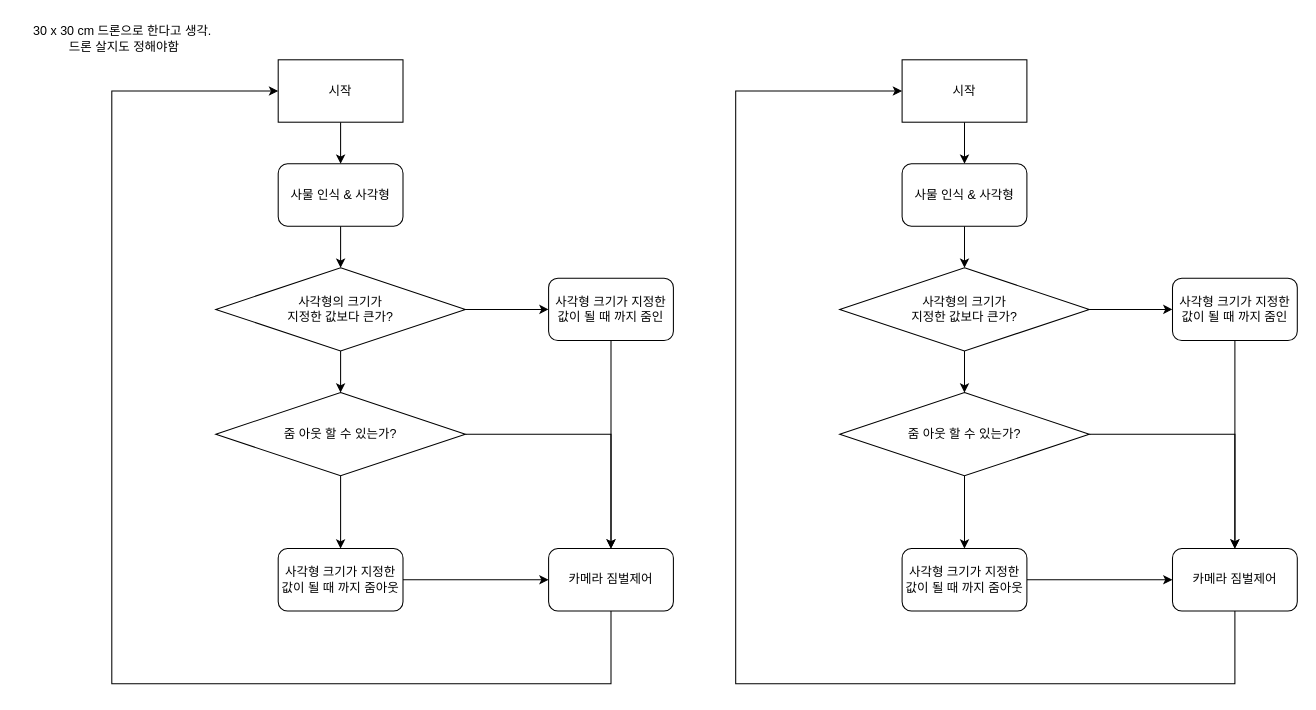
Before: 제목 없는 다이어그램.drawio in taesang0/capstone, a draw.io diagram. Source tidied: cells renumbered, new cells numbered last; positions are measured from the earlier drawing's top-left corner, leaving out a move shared by most shapes. Both pictures are drawn from the tidied source at 104%, with x=0, y=0 at pixel (18, 18).
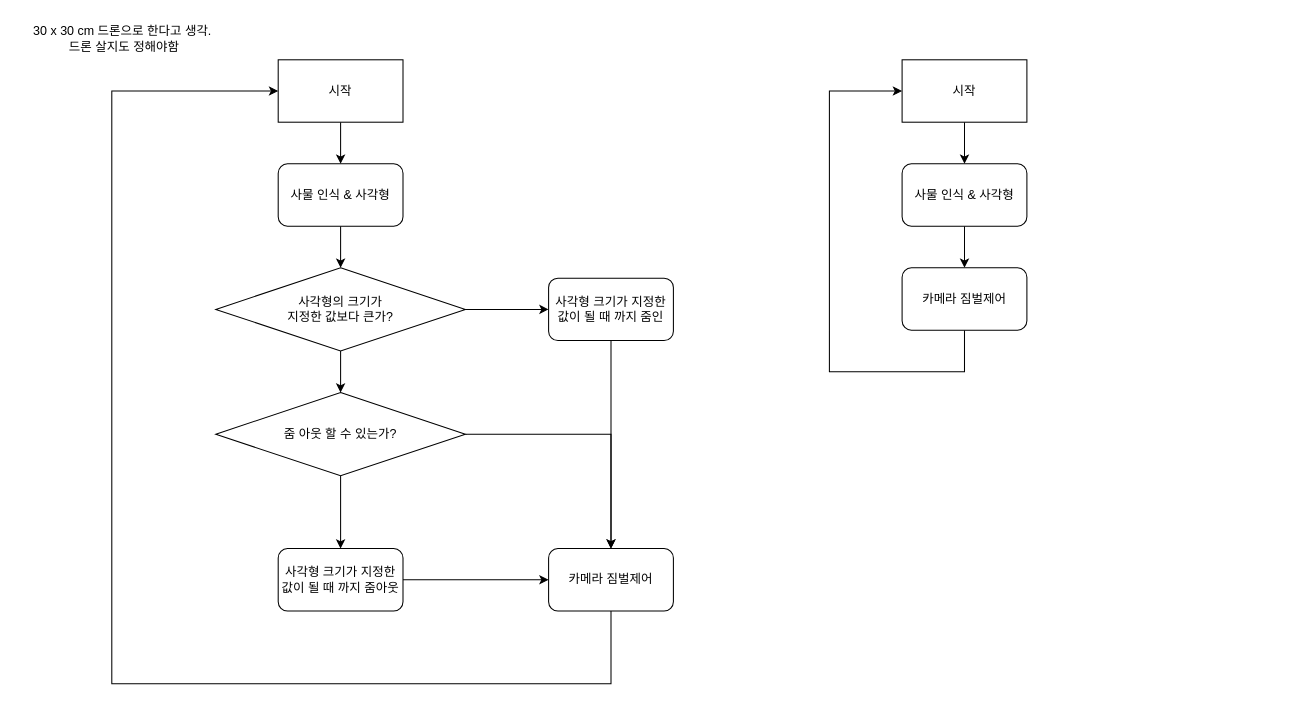
The same diagram, later.

Commit message:
제목 없는 다이어그램.drawio 업데이트

The change refers to these unchanged cells:
```xml
<mxCell id="20" value="사물 인식 &amp;amp; 사각형" style="rounded=1;whiteSpace=wrap;html=1;" parent="1" vertex="1">
  <mxGeometry x="849.9" y="140" width="120" height="60" as="geometry" />
</mxCell>
<mxCell id="34" value="시작" style="rounded=0;whiteSpace=wrap;html=1;" parent="1" vertex="1">
  <mxGeometry x="849.9" y="40" width="120" height="60" as="geometry" />
</mxCell>
```

What changed in the source:
```diff
@@
-    <mxCell id="19" style="edgeStyle=orthogonalEdgeStyle;rounded=0;jettySize=auto;html=1;exitX=0.5;exitY=1;exitDx=0;exitDy=0;entryX=0.5;entryY=0;entryDx=0;entryDy=0;" parent="1" edge="1" source="20" target="23">
-      <mxGeometry relative="1" as="geometry" />
-    </mxCell>
+    <mxCell id="35" style="edgeStyle=orthogonalEdgeStyle;rounded=0;jettySize=auto;html=1;entryX=0.5;entryY=0;entryDx=0;entryDy=0;" parent="1" edge="1" source="20" target="25">
+      <mxGeometry relative="1" as="geometry" />
+    </mxCell>
@@
-    <mxCell id="21" style="edgeStyle=orthogonalEdgeStyle;rounded=0;jettySize=auto;html=1;exitX=0.5;exitY=1;exitDx=0;exitDy=0;entryX=0.5;entryY=0;entryDx=0;entryDy=0;" parent="1" edge="1" source="23" target="30">
-      <mxGeometry relative="1" as="geometry" />
-    </mxCell>
-    <mxCell id="22" style="edgeStyle=orthogonalEdgeStyle;rounded=0;jettySize=auto;html=1;" parent="1" edge="1" source="23" target="27">
-      <mxGeometry relative="1" as="geometry" />
-    </mxCell>
-    <mxCell id="23" value="사각형의 크기가 &lt;br&gt;지정한 값보다 큰가?" style="rhombus;whiteSpace=wrap;html=1;" parent="1" vertex="1">
-      <mxGeometry x="789.9" y="240" width="240" height="80" as="geometry" />
-    </mxCell>
-    <mxCell id="24" style="edgeStyle=orthogonalEdgeStyle;rounded=0;jettySize=auto;html=1;entryX=0;entryY=0.5;entryDx=0;entryDy=0;" parent="1" edge="1" source="25" target="34">
+    <mxCell id="24" style="edgeStyle=orthogonalEdgeStyle;rounded=0;jettySize=auto;html=1;exitX=0.5;exitY=1;exitDx=0;exitDy=0;entryX=0;entryY=0.5;entryDx=0;entryDy=0;" parent="1" edge="1" source="25" target="34">
       <mxGeometry relative="1" as="geometry">
         <Array as="points">
-          <mxPoint x="1169.9" y="640" />
-          <mxPoint x="689.9" y="640" />
-          <mxPoint x="689.9" y="70" />
+          <mxPoint x="910" y="340" />
+          <mxPoint x="780" y="340" />
+          <mxPoint x="780" y="70" />
         </Array>
       </mxGeometry>
     </mxCell>
     <mxCell id="25" value="카메라 짐벌제어" style="rounded=1;whiteSpace=wrap;html=1;" parent="1" vertex="1">
-      <mxGeometry x="1109.9" y="510" width="120" height="60" as="geometry" />
+      <mxGeometry x="849.9" y="240" width="120" height="60" as="geometry" />
     </mxCell>
-    <mxCell id="26" style="edgeStyle=orthogonalEdgeStyle;rounded=0;jettySize=auto;html=1;entryX=0.5;entryY=0;entryDx=0;entryDy=0;" parent="1" edge="1" source="27" target="25">
-      <mxGeometry relative="1" as="geometry" />
-    </mxCell>
-    <mxCell id="27" value="사각형 크기가 지정한 값이 될 때 까지 줌인" style="rounded=1;whiteSpace=wrap;html=1;" parent="1" vertex="1">
-      <mxGeometry x="1109.9" y="250" width="120" height="60" as="geometry" />
-    </mxCell>
-    <mxCell id="28" style="edgeStyle=orthogonalEdgeStyle;rounded=0;jettySize=auto;html=1;" parent="1" edge="1" source="30" target="25">
-      <mxGeometry relative="1" as="geometry">
-        <Array as="points">
-          <mxPoint x="1169.9" y="400" />
-        </Array>
-      </mxGeometry>
-    </mxCell>
-    <mxCell id="29" style="edgeStyle=orthogonalEdgeStyle;rounded=0;jettySize=auto;html=1;exitX=0.5;exitY=1;exitDx=0;exitDy=0;" parent="1" edge="1" source="30" target="32">
-      <mxGeometry relative="1" as="geometry" />
-    </mxCell>
-    <mxCell id="30" value="줌 아웃 할 수 있는가?" style="rhombus;whiteSpace=wrap;html=1;" parent="1" vertex="1">
-      <mxGeometry x="789.9" y="360" width="240" height="80" as="geometry" />
-    </mxCell>
-    <mxCell id="31" style="edgeStyle=orthogonalEdgeStyle;rounded=0;jettySize=auto;html=1;" parent="1" edge="1" source="32" target="25">
-      <mxGeometry relative="1" as="geometry" />
-    </mxCell>
-    <mxCell id="32" value="사각형 크기가 지정한 값이 될 때 까지 줌아웃" style="rounded=1;whiteSpace=wrap;html=1;" parent="1" vertex="1">
-      <mxGeometry x="849.9" y="510" width="120" height="60" as="geometry" />
-    </mxCell>
```
